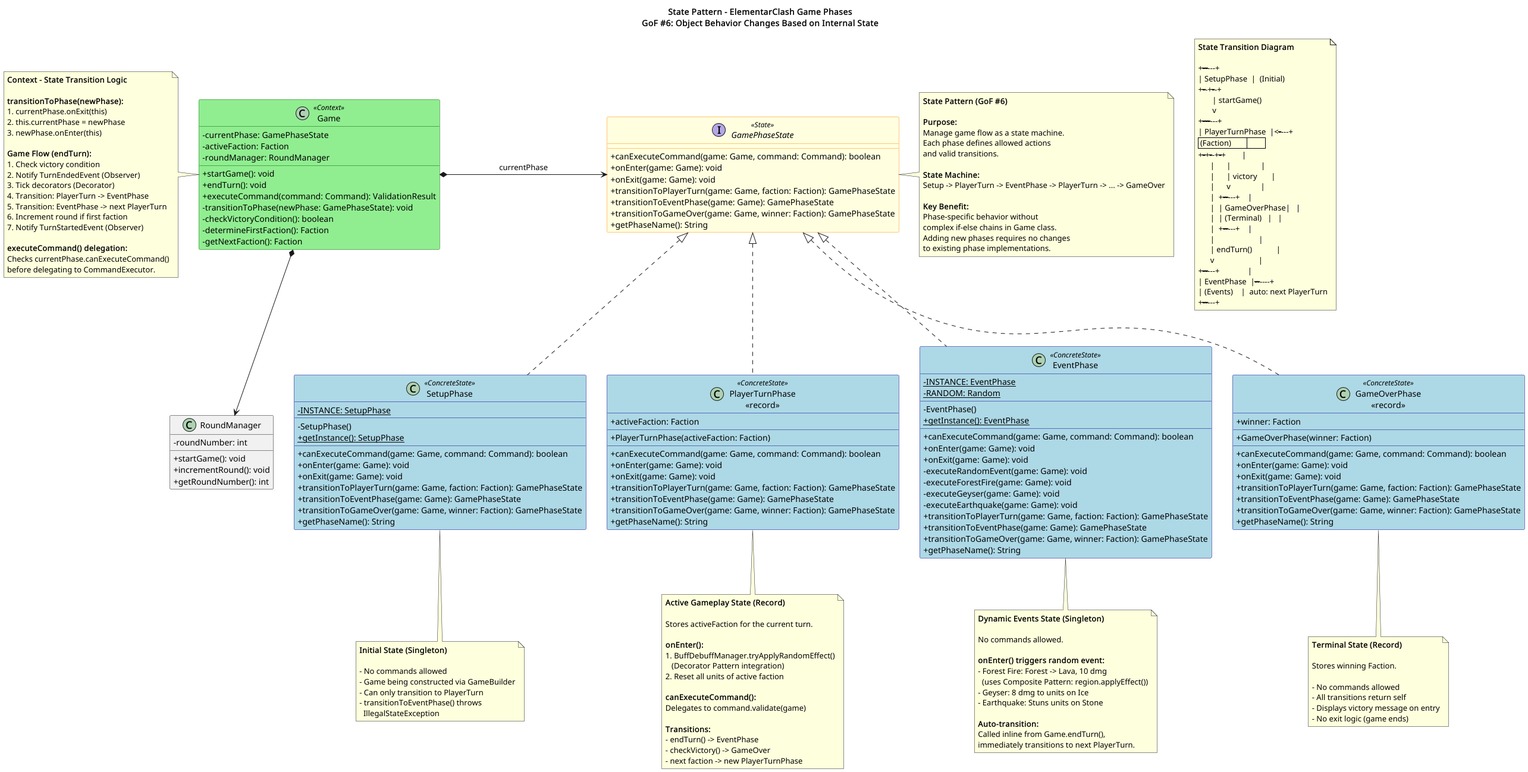
mmukex/elementarClash keeps this PlantUML diagram as docs/LaTeX/images/State_Pattern___ElementarClash-State_Pattern___ElementarClash_Game_Phases__GoF__6__Object_Behavior_Changes_Based_on_Internal_State.png. Above is the earlier version.
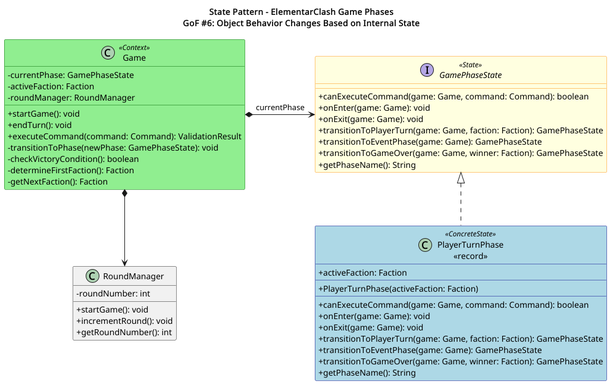
The same file after the commit.

The edit, as a diff of the source:
```diff
@@ -26,59 +26,10 @@
     + getPhaseName(): String
 }
 
-class SetupPhase <<ConcreteState>> {
-    - {static} INSTANCE: SetupPhase
-    __
-    - SetupPhase()
-    + {static} getInstance(): SetupPhase
-    __
-    + canExecuteCommand(game: Game, command: Command): boolean
-    + onEnter(game: Game): void
-    + onExit(game: Game): void
-    + transitionToPlayerTurn(game: Game, faction: Faction): GamePhaseState
-    + transitionToEventPhase(game: Game): GamePhaseState
-    + transitionToGameOver(game: Game, winner: Faction): GamePhaseState
-    + getPhaseName(): String
-}
-
 class "PlayerTurnPhase\n<<record>>" as PlayerTurnPhase <<ConcreteState>> {
     + activeFaction: Faction
     __
     + PlayerTurnPhase(activeFaction: Faction)
-    __
-    + canExecuteCommand(game: Game, command: Command): boolean
-    + onEnter(game: Game): void
-    + onExit(game: Game): void
-    + transitionToPlayerTurn(game: Game, faction: Faction): GamePhaseState
-    + transitionToEventPhase(game: Game): GamePhaseState
-    + transitionToGameOver(game: Game, winner: Faction): GamePhaseState
-    + getPhaseName(): String
-}
-
-class EventPhase <<ConcreteState>> {
-    - {static} INSTANCE: EventPhase
-    - {static} RANDOM: Random
-    __
-    - EventPhase()
-    + {static} getInstance(): EventPhase
-    __
-    + canExecuteCommand(game: Game, command: Command): boolean
-    + onEnter(game: Game): void
-    + onExit(game: Game): void
-    - executeRandomEvent(game: Game): void
-    - executeForestFire(game: Game): void
-    - executeGeyser(game: Game): void
-    - executeEarthquake(game: Game): void
-    + transitionToPlayerTurn(game: Game, faction: Faction): GamePhaseState
-    + transitionToEventPhase(game: Game): GamePhaseState
-    + transitionToGameOver(game: Game, winner: Faction): GamePhaseState
-    + getPhaseName(): String
-}
-
-class "GameOverPhase\n<<record>>" as GameOverPhase <<ConcreteState>> {
-    + winner: Faction
-    __
-    + GameOverPhase(winner: Faction)
     __
     + canExecuteCommand(game: Game, command: Command): boolean
     + onEnter(game: Game): void
@@ -111,136 +62,9 @@
     + getRoundNumber(): int
 }
 
-GamePhaseState <|.. SetupPhase
 GamePhaseState <|.. PlayerTurnPhase
-GamePhaseState <|.. EventPhase
-GamePhaseState <|.. GameOverPhase
 
 Game *-right-> GamePhaseState : currentPhase
 Game *--> RoundManager
 
-note right of GamePhaseState
-  **State Pattern (GoF #6)**
-
-  **Purpose:**
-  Manage game flow as a state machine.
-  Each phase defines allowed actions
-  and valid transitions.
-
-  **State Machine:**
-  Setup -> PlayerTurn -> EventPhase -> PlayerTurn -> ... -> GameOver
-
-  **Key Benefit:**
-  Phase-specific behavior without
-  complex if-else chains in Game class.
-  Adding new phases requires no changes
-  to existing phase implementations.
-end note
-
-note bottom of SetupPhase
-  **Initial State (Singleton)**
-
-  - No commands allowed
-  - Game being constructed via GameBuilder
-  - Can only transition to PlayerTurn
-  - transitionToEventPhase() throws
-    IllegalStateException
-end note
-
-note bottom of PlayerTurnPhase
-  **Active Gameplay State (Record)**
-
-  Stores activeFaction for the current turn.
-
-  **onEnter():**
-  1. BuffDebuffManager.tryApplyRandomEffect()
-     (Decorator Pattern integration)
-  2. Reset all units of active faction
-
-  **canExecuteCommand():**
-  Delegates to command.validate(game)
-
-  **Transitions:**
-  - endTurn() -> EventPhase
-  - checkVictory() -> GameOver
-  - next faction -> new PlayerTurnPhase
-end note
-
-note bottom of EventPhase
-  **Dynamic Events State (Singleton)**
-
-  No commands allowed.
-
-  **onEnter() triggers random event:**
-  - Forest Fire: Forest -> Lava, 10 dmg
-    (uses Composite Pattern: region.applyEffect())
-  - Geyser: 8 dmg to units on Ice
-  - Earthquake: Stuns units on Stone
-
-  **Auto-transition:**
-  Called inline from Game.endTurn(),
-  immediately transitions to next PlayerTurn.
-end note
-
-note bottom of GameOverPhase
-  **Terminal State (Record)**
-
-  Stores winning Faction.
-
-  - No commands allowed
-  - All transitions return self
-  - Displays victory message on entry
-  - No exit logic (game ends)
-end note
-
-note left of Game
-  **Context - State Transition Logic**
-
-  **transitionToPhase(newPhase):**
-  1. currentPhase.onExit(this)
-  2. this.currentPhase = newPhase
-  3. newPhase.onEnter(this)
-
-  **Game Flow (endTurn):**
-  1. Check victory condition
-  2. Notify TurnEndedEvent (Observer)
-  3. Tick decorators (Decorator)
-  4. Transition: PlayerTurn -> EventPhase
-  5. Transition: EventPhase -> next PlayerTurn
-  6. Increment round if first faction
-  7. Notify TurnStartedEvent (Observer)
-
-  **executeCommand() delegation:**
-  Checks currentPhase.canExecuteCommand()
-  before delegating to CommandExecutor.
-end note
-
-note as TransitionDiagram
-  **State Transition Diagram**
-
-  +-------------+
-  | SetupPhase  |  (Initial)
-  +------+------+
-         | startGame()
-         v
-  +------------------+
-  | PlayerTurnPhase  |<--------+
-  | (Faction)        |         |
-  +-----+------+-----+        |
-        |      |               |
-        |      | victory       |
-        |      v               |
-        |  +-------------+    |
-        |  | GameOverPhase|   |
-        |  | (Terminal)   |   |
-        |  +-------------+    |
-        |                      |
-        | endTurn()            |
-        v                      |
-  +-------------+              |
-  | EventPhase  |--------------+
-  | (Events)    |  auto: next PlayerTurn
-  +-------------+
-end note
-
 @enduml
```
